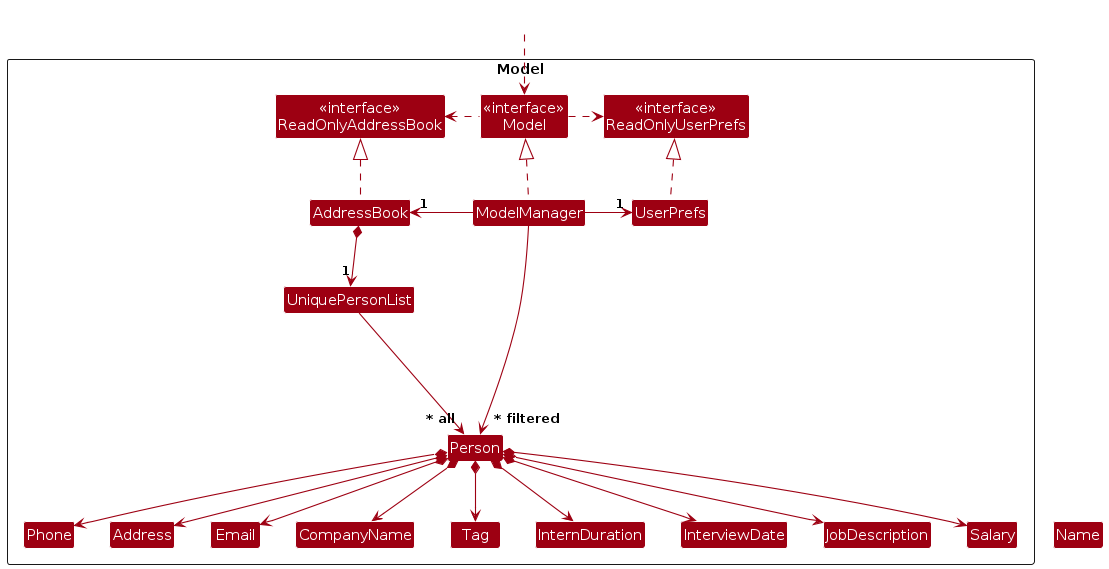
The PlantUML diagram diagrams/ModelClassDiagram.png in AY2324S2-CS2103T-F14-1/tp, before a commit. Its source is kept beside it as diagrams/ModelClassDiagram.puml. The source it was exported from:
```plantuml
@startuml
!include style.puml
skinparam arrowThickness 1.1
skinparam arrowColor MODEL_COLOR
skinparam classBackgroundColor MODEL_COLOR

Package Model as ModelPackage <<Rectangle>>{
Class "<<interface>>\nReadOnlyAddressBook" as ReadOnlyAddressBook
Class "<<interface>>\nReadOnlyUserPrefs" as ReadOnlyUserPrefs
Class "<<interface>>\nModel" as Model
Class AddressBook
Class ModelManager
Class UserPrefs

Class UniquePersonList
Class Person
Class Address
Class Email
Class CompanyName
Class Phone
Class Tag
Class InternDuration
Class InterviewDate
Class JobDescription
Class Salary

Class I #FFFFFF
}

Class HiddenOutside #FFFFFF
HiddenOutside ..> Model

AddressBook .up.|> ReadOnlyAddressBook

ModelManager .up.|> Model
Model .right.> ReadOnlyUserPrefs
Model .left.> ReadOnlyAddressBook
ModelManager -left-> "1" AddressBook
ModelManager -right-> "1" UserPrefs
UserPrefs .up.|> ReadOnlyUserPrefs

AddressBook *--> "1" UniquePersonList
UniquePersonList --> "~* all" Person
Person *--> CompanyName
Person *--> Phone
Person *--> Email
Person *--> Address
Person *--> Tag
Person *--> InternDuration
Person *--> InterviewDate
Person *--> JobDescription
Person *--> Salary

Person -[hidden]up--> I
UniquePersonList -[hidden]right-> I

Name -[hidden]right-> Phone
Phone -[hidden]right-> Address
Address -[hidden]right-> Email

ModelManager --> "~* filtered" Person
@enduml
```
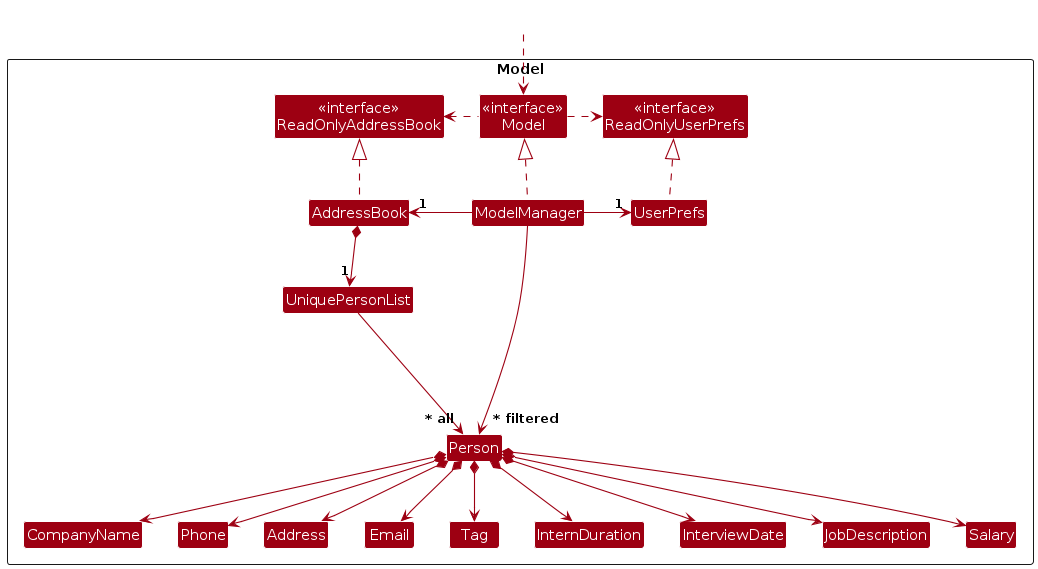
The same file after the commit.

Change to the diagram source:
```diff
@@ -54,7 +54,7 @@
 Person -[hidden]up--> I
 UniquePersonList -[hidden]right-> I
 
-Name -[hidden]right-> Phone
+CompanyName -[hidden]right-> Phone
 Phone -[hidden]right-> Address
 Address -[hidden]right-> Email
 
```
